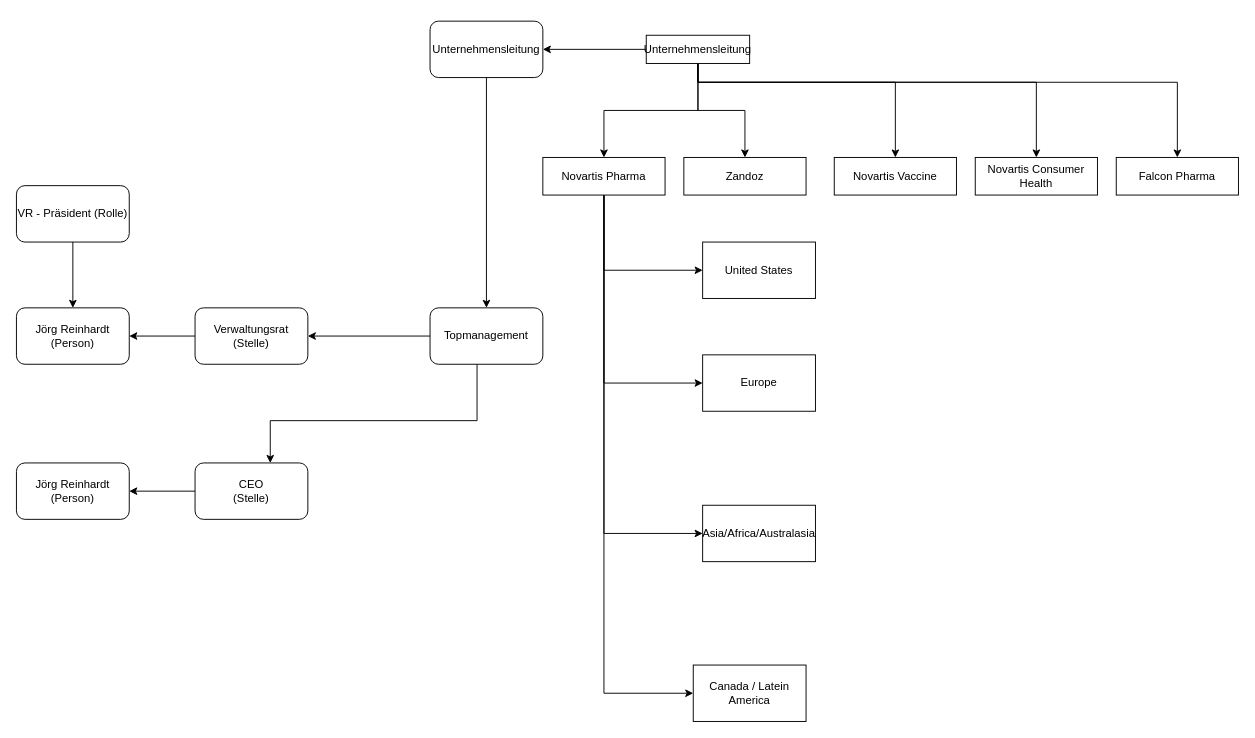
maximilian-mintchev/Diagrams keeps this draw.io diagram as page "Page-2" (2 of 2) of Untitled Diagram.drawio. Above is the earlier version. Source tidied: cells renumbered, new cells numbered last; positions are measured from the earlier drawing's top-left corner, leaving out a move shared by most shapes. Both pictures are drawn from the tidied source at 94%, with x=0, y=0 at pixel (16, 21).
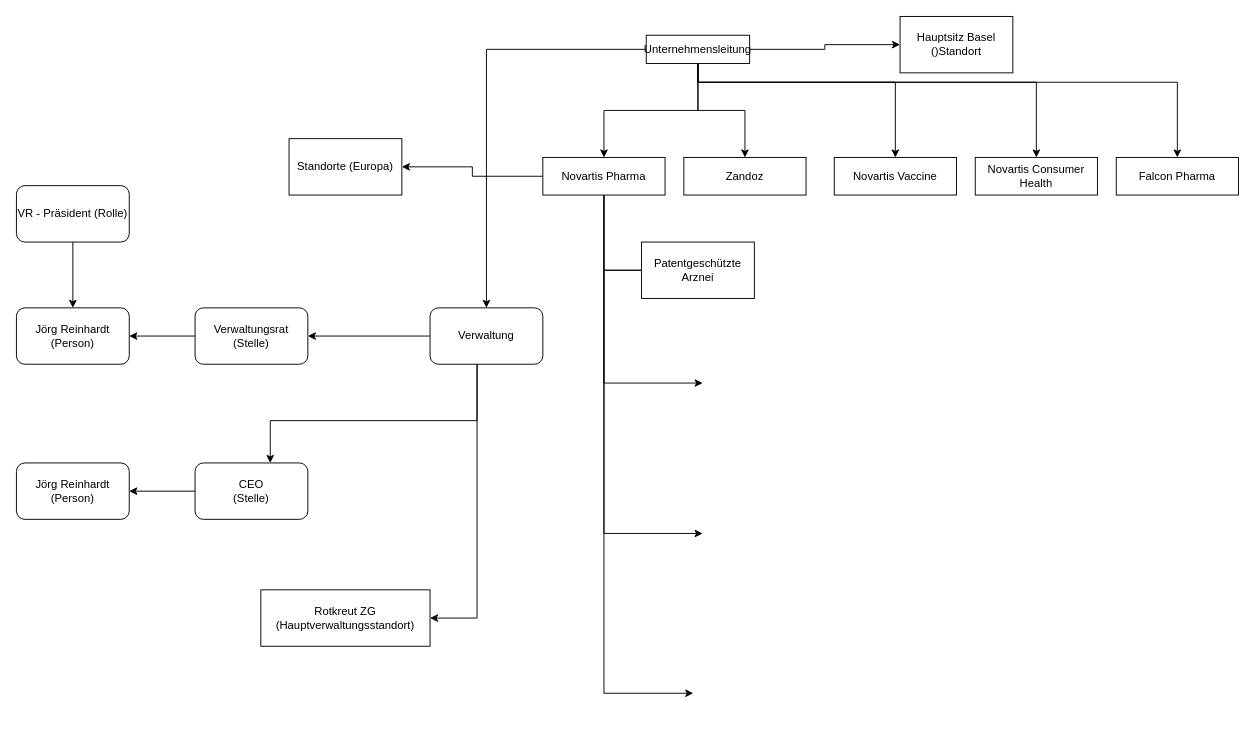
Above is the later version.

Unchanged cells that the change refers to:
```xml
<mxCell id="8" value="Unternehmensleitung" style="rounded=0;whiteSpace=wrap;html=1;" parent="1" vertex="1">
  <mxGeometry x="670" y="15" width="110" height="30" as="geometry" />
</mxCell>
```

What changed in the source:
```diff
@@
-    <mxCell id="2" style="edgeStyle=orthogonalEdgeStyle;rounded=0;jettySize=auto;html=1;" parent="1" edge="1" source="8" target="13">
+    <mxCell id="2" style="edgeStyle=orthogonalEdgeStyle;rounded=0;jettySize=auto;html=1;" parent="1" edge="1" source="8" target="16">
       <mxGeometry relative="1" as="geometry" />
     </mxCell>
@@
+    <mxCell id="35" style="edgeStyle=orthogonalEdgeStyle;rounded=0;jettySize=auto;html=1;" parent="1" edge="1" source="8" target="39">
+      <mxGeometry relative="1" as="geometry" />
+    </mxCell>
@@
-    <mxCell id="12" style="edgeStyle=orthogonalEdgeStyle;rounded=0;jettySize=auto;html=1;" parent="1" edge="1" source="13" target="16">
-      <mxGeometry relative="1" as="geometry" />
-    </mxCell>
-    <mxCell id="13" value="Unternehmensleitung" style="rounded=1;whiteSpace=wrap;html=1;" parent="1" vertex="1">
-      <mxGeometry x="440" width="120" height="60" as="geometry" />
-    </mxCell>
@@
+    <mxCell id="36" style="edgeStyle=orthogonalEdgeStyle;rounded=0;jettySize=auto;html=1;" parent="1" edge="1" source="16" target="38">
+      <mxGeometry relative="1" as="geometry">
+        <Array as="points">
+          <mxPoint x="490" y="635" />
+        </Array>
+      </mxGeometry>
+    </mxCell>
-    <mxCell id="16" value="Topmanagement" style="rounded=1;whiteSpace=wrap;html=1;" parent="1" vertex="1">
+    <mxCell id="16" value="Verwaltung" style="rounded=1;whiteSpace=wrap;html=1;" parent="1" vertex="1">
       <mxGeometry x="440" y="305" width="120" height="60" as="geometry" />
     </mxCell>
@@
-    <mxCell id="22" style="edgeStyle=orthogonalEdgeStyle;rounded=0;jettySize=auto;html=1;" parent="1" edge="1" source="26" target="31">
+    <mxCell id="22" style="edgeStyle=orthogonalEdgeStyle;rounded=0;jettySize=auto;html=1;startArrow=none;" parent="1" edge="1" source="40">
       <mxGeometry relative="1" as="geometry">
+        <mxPoint x="760" y="265" as="targetPoint" />
         <Array as="points">
           <mxPoint x="625" y="265" />
         </Array>
       </mxGeometry>
     </mxCell>
-    <mxCell id="23" style="edgeStyle=orthogonalEdgeStyle;rounded=0;jettySize=auto;html=1;" parent="1" edge="1" source="26" target="32">
+    <mxCell id="23" style="edgeStyle=orthogonalEdgeStyle;rounded=0;jettySize=auto;html=1;" parent="1" edge="1" source="26">
       <mxGeometry relative="1" as="geometry">
+        <mxPoint x="730" y="385" as="targetPoint" />
         <Array as="points">
           <mxPoint x="625" y="385" />
         </Array>
       </mxGeometry>
     </mxCell>
-    <mxCell id="24" style="edgeStyle=orthogonalEdgeStyle;rounded=0;jettySize=auto;html=1;" parent="1" edge="1" source="26" target="33">
+    <mxCell id="24" style="edgeStyle=orthogonalEdgeStyle;rounded=0;jettySize=auto;html=1;" parent="1" edge="1" source="26">
       <mxGeometry relative="1" as="geometry">
+        <mxPoint x="730" y="545" as="targetPoint" />
         <Array as="points">
           <mxPoint x="625" y="545" />
         </Array>
       </mxGeometry>
     </mxCell>
-    <mxCell id="25" style="edgeStyle=orthogonalEdgeStyle;rounded=0;jettySize=auto;html=1;" parent="1" edge="1" source="26" target="34">
+    <mxCell id="25" style="edgeStyle=orthogonalEdgeStyle;rounded=0;jettySize=auto;html=1;" parent="1" edge="1" source="26">
       <mxGeometry relative="1" as="geometry">
+        <mxPoint x="720" y="715" as="targetPoint" />
         <Array as="points">
           <mxPoint x="625" y="715" />
         </Array>
       </mxGeometry>
     </mxCell>
+    <mxCell id="37" style="edgeStyle=orthogonalEdgeStyle;rounded=0;jettySize=auto;html=1;" parent="1" edge="1" source="26" target="41">
+      <mxGeometry relative="1" as="geometry" />
+    </mxCell>
-    <mxCell id="26" value="Novartis Pharma" style="rounded=0;whiteSpace=wrap;html=1;" parent="1" vertex="1">
+    <mxCell id="26" value="Novartis Pharma&lt;br&gt;" style="rounded=0;whiteSpace=wrap;html=1;" parent="1" vertex="1">
       <mxGeometry x="560" y="145" width="130" height="40" as="geometry" />
     </mxCell>
@@
-    <mxCell id="31" value="United States" style="rounded=0;whiteSpace=wrap;html=1;" parent="1" vertex="1">
-      <mxGeometry x="730" y="235" width="120" height="60" as="geometry" />
-    </mxCell>
-    <mxCell id="32" value="Europe" style="rounded=0;whiteSpace=wrap;html=1;" parent="1" vertex="1">
-      <mxGeometry x="730" y="355" width="120" height="60" as="geometry" />
-    </mxCell>
-    <mxCell id="33" value="Asia/Africa/Australasia" style="rounded=0;whiteSpace=wrap;html=1;" parent="1" vertex="1">
-      <mxGeometry x="730" y="515" width="120" height="60" as="geometry" />
-    </mxCell>
-    <mxCell id="34" value="Canada / Latein America" style="rounded=0;whiteSpace=wrap;html=1;" parent="1" vertex="1">
-      <mxGeometry x="720" y="685" width="120" height="60" as="geometry" />
-    </mxCell>
+    <mxCell id="38" value="Rotkreut ZG&lt;br&gt;(Hauptverwaltungsstandort)" style="rounded=0;whiteSpace=wrap;html=1;" parent="1" vertex="1">
+      <mxGeometry x="260" y="605" width="180" height="60" as="geometry" />
+    </mxCell>
+    <mxCell id="39" value="Hauptsitz Basel&lt;br&gt;()Standort" style="rounded=0;whiteSpace=wrap;html=1;" parent="1" vertex="1">
+      <mxGeometry x="940" y="-5" width="120" height="60" as="geometry" />
+    </mxCell>
+    <mxCell id="40" value="Patentgeschützte Arznei" style="rounded=0;whiteSpace=wrap;html=1;" parent="1" vertex="1">
+      <mxGeometry x="665" y="235" width="120" height="60" as="geometry" />
+    </mxCell>
+    <mxCell id="41" value="Standorte (Europa)" style="rounded=0;whiteSpace=wrap;html=1;" parent="1" vertex="1">
+      <mxGeometry x="290" y="125" width="120" height="60" as="geometry" />
+    </mxCell>
```
